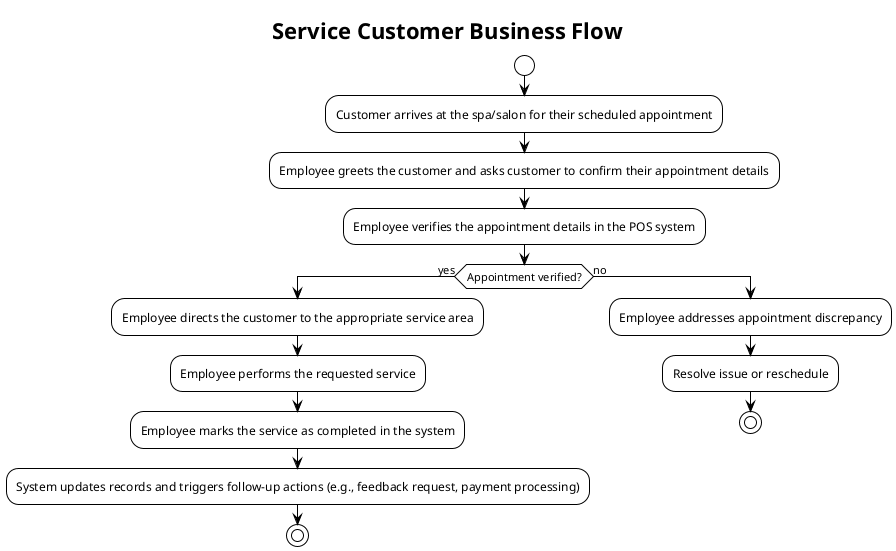
Before: docs/ps-design/design-document/images/diagrams/services/service_customer_flow.png, a diagram exported from PlantUML (user5427/ps-design). Its diagram source:
```plantuml
@startuml service_customer_flow
!theme plain
title Service Customer Business Flow

start
:Customer arrives at the spa/salon for their scheduled appointment;
:Employee greets the customer and asks customer to confirm their appointment details;
:Employee verifies the appointment details in the POS system;
if (Appointment verified?) then (yes)
  :Employee directs the customer to the appropriate service area;
  :Employee performs the requested service;
  :Employee marks the service as completed in the system;
  :System updates records and triggers follow-up actions (e.g., feedback request, payment processing);
  stop
else (no)
  :Employee addresses appointment discrepancy;
  :Resolve issue or reschedule;
  stop
endif

@enduml
```
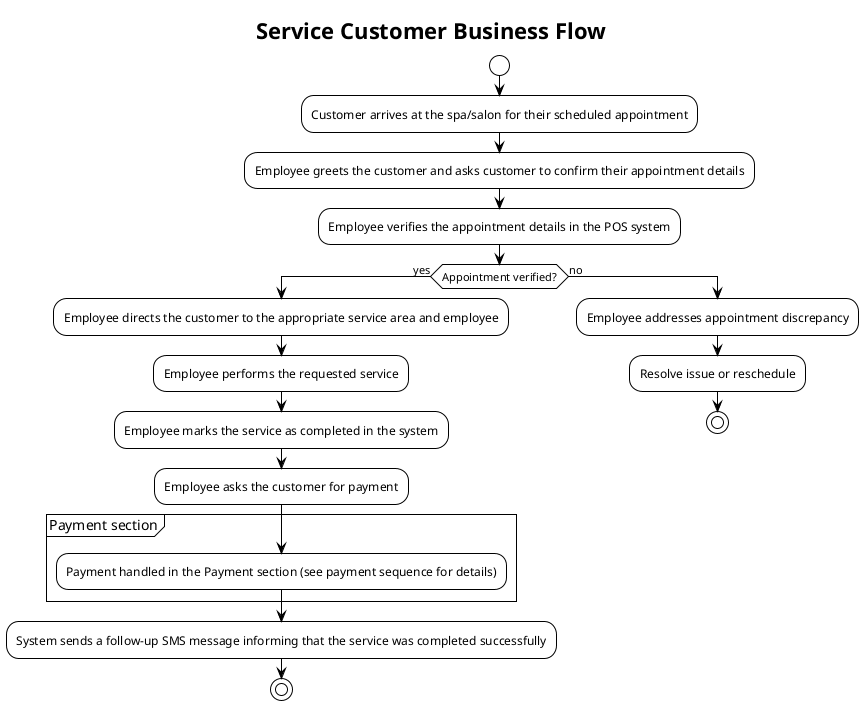
Above is the later version.

The edit, as a diff of the source:
```diff
@@ -7,10 +7,14 @@
 :Employee greets the customer and asks customer to confirm their appointment details;
 :Employee verifies the appointment details in the POS system;
 if (Appointment verified?) then (yes)
-  :Employee directs the customer to the appropriate service area;
+  :Employee directs the customer to the appropriate service area and employee;
   :Employee performs the requested service;
   :Employee marks the service as completed in the system;
-  :System updates records and triggers follow-up actions (e.g., feedback request, payment processing);
+  :Employee asks the customer for payment;
+  group Payment section
+    :Payment handled in the Payment section (see payment sequence for details);
+  end group
+  :System sends a follow-up SMS message informing that the service was completed successfully;
   stop
 else (no)
   :Employee addresses appointment discrepancy;
```
